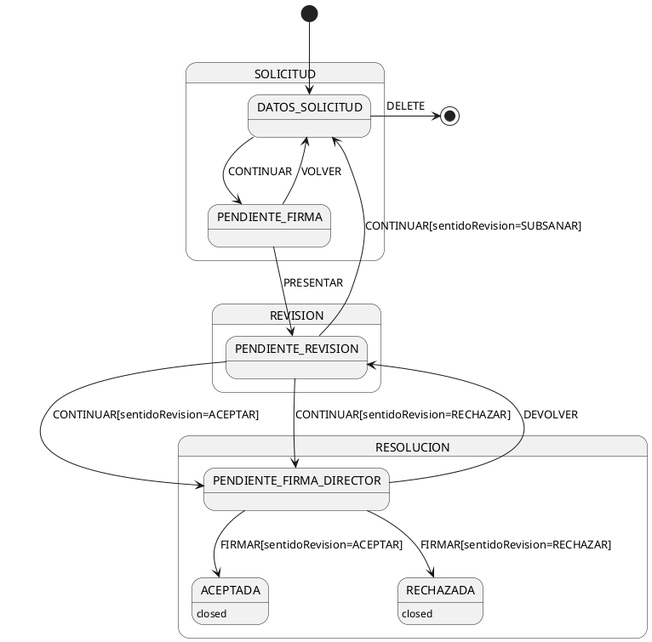
The PlantUML diagram src/main/java/com/educaflow/tramites/alumnos/anulacion_matricula_ciclo_formativo/v1/estados.png in educaflow/secretaria-virtual, before a commit.
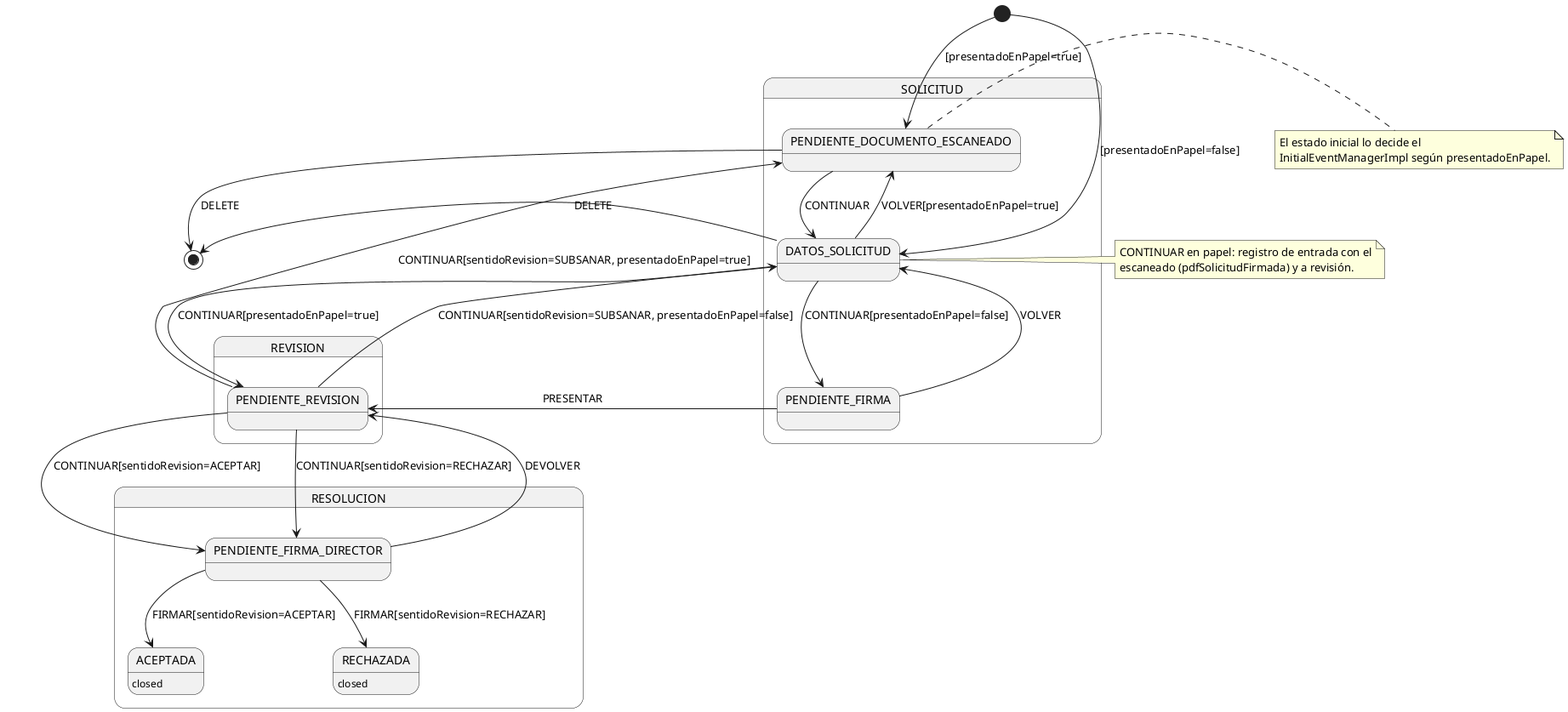
The same diagram one commit later.

The edit, as a diff of the source:
```diff
@@ -1,6 +1,7 @@
 @startuml
 
 state SOLICITUD {
+    state "PENDIENTE_DOCUMENTO_ESCANEADO" as SOLICITUD_PENDIENTE_DOCUMENTO_ESCANEADO
     state "DATOS_SOLICITUD" as SOLICITUD_DATOS_SOLICITUD
     state "PENDIENTE_FIRMA" as SOLICITUD_PENDIENTE_FIRMA
 }
@@ -15,14 +16,25 @@
     state "RECHAZADA" as RESOLUCION_RECHAZADA
 }
 
-[*] --> SOLICITUD_DATOS_SOLICITUD
+[*] --> SOLICITUD_DATOS_SOLICITUD : [presentadoEnPapel=false]
+[*] --> SOLICITUD_PENDIENTE_DOCUMENTO_ESCANEADO : [presentadoEnPapel=true]
+
+SOLICITUD_PENDIENTE_DOCUMENTO_ESCANEADO -> [*] : DELETE
+SOLICITUD_PENDIENTE_DOCUMENTO_ESCANEADO --> SOLICITUD_DATOS_SOLICITUD : CONTINUAR
+
 SOLICITUD_DATOS_SOLICITUD -> [*] : DELETE
-SOLICITUD_DATOS_SOLICITUD --> SOLICITUD_PENDIENTE_FIRMA : CONTINUAR
+SOLICITUD_DATOS_SOLICITUD --> SOLICITUD_PENDIENTE_FIRMA : CONTINUAR[presentadoEnPapel=false]
+SOLICITUD_DATOS_SOLICITUD --> REVISION_PENDIENTE_REVISION : CONTINUAR[presentadoEnPapel=true]
+SOLICITUD_DATOS_SOLICITUD --> SOLICITUD_PENDIENTE_DOCUMENTO_ESCANEADO : VOLVER[presentadoEnPapel=true]
+
 SOLICITUD_PENDIENTE_FIRMA --> SOLICITUD_DATOS_SOLICITUD : VOLVER
 SOLICITUD_PENDIENTE_FIRMA --> REVISION_PENDIENTE_REVISION : PRESENTAR
+
 REVISION_PENDIENTE_REVISION --> RESOLUCION_PENDIENTE_FIRMA_DIRECTOR : CONTINUAR[sentidoRevision=ACEPTAR]
 REVISION_PENDIENTE_REVISION --> RESOLUCION_PENDIENTE_FIRMA_DIRECTOR : CONTINUAR[sentidoRevision=RECHAZAR]
-REVISION_PENDIENTE_REVISION --> SOLICITUD_DATOS_SOLICITUD : CONTINUAR[sentidoRevision=SUBSANAR]
+REVISION_PENDIENTE_REVISION --> SOLICITUD_DATOS_SOLICITUD : CONTINUAR[sentidoRevision=SUBSANAR, presentadoEnPapel=false]
+REVISION_PENDIENTE_REVISION --> SOLICITUD_PENDIENTE_DOCUMENTO_ESCANEADO : CONTINUAR[sentidoRevision=SUBSANAR, presentadoEnPapel=true]
+
 RESOLUCION_PENDIENTE_FIRMA_DIRECTOR --> RESOLUCION_ACEPTADA : FIRMAR[sentidoRevision=ACEPTAR]
 RESOLUCION_PENDIENTE_FIRMA_DIRECTOR --> RESOLUCION_RECHAZADA : FIRMAR[sentidoRevision=RECHAZAR]
 RESOLUCION_PENDIENTE_FIRMA_DIRECTOR --> REVISION_PENDIENTE_REVISION : DEVOLVER
@@ -30,4 +42,14 @@
 RESOLUCION_ACEPTADA : closed
 RESOLUCION_RECHAZADA : closed
 
+note right of SOLICITUD_PENDIENTE_DOCUMENTO_ESCANEADO
+  El estado inicial lo decide el
+  InitialEventManagerImpl según presentadoEnPapel.
+end note
+
+note right of SOLICITUD_DATOS_SOLICITUD
+  CONTINUAR en papel: registro de entrada con el
+  escaneado (pdfSolicitudFirmada) y a revisión.
+end note
+
 @enduml
```
